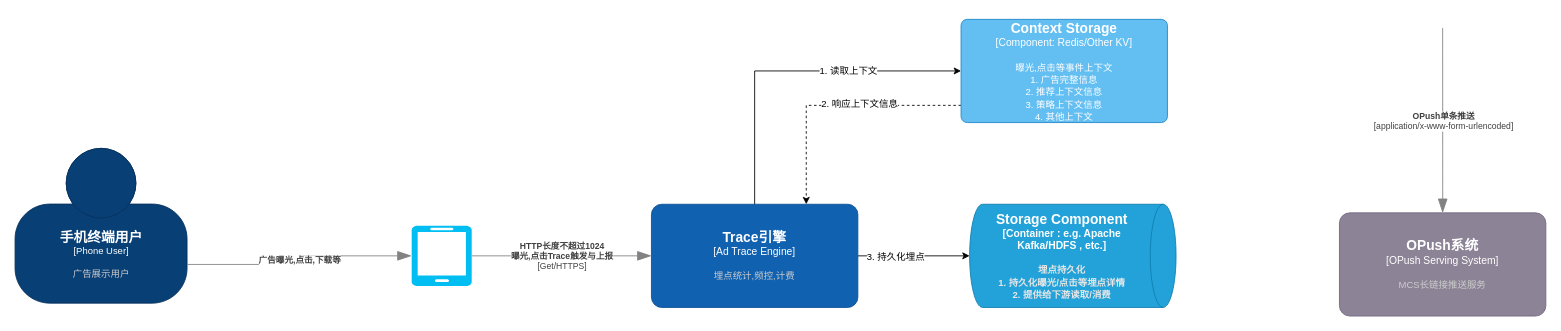
The draw.io diagram page "Context" (1 of 8) of universal-engine/universal-data-join.drawio in karlchan-cn/drawio-repository, before the edit. Source tidied: cells renumbered, new cells numbered last; positions are measured from the earlier drawing's top-left corner, leaving out a move shared by most shapes. Both pictures are drawn from the tidied source at 86%, with x=0, y=0 at pixel (15, 19).
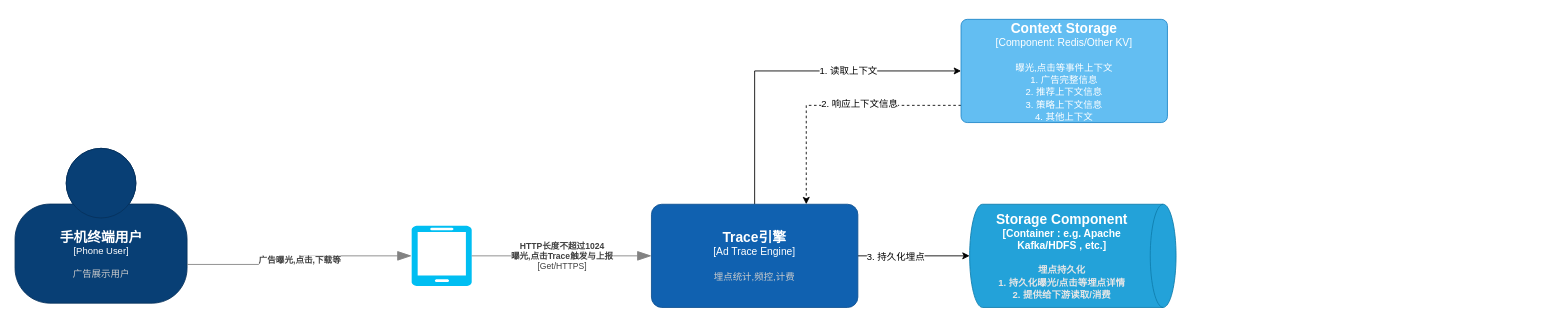
After the change.

The edit, as a diff of the source:
```diff
@@
-    <object id="3" label="&lt;font style=&quot;font-size: 16px&quot;&gt;&lt;b&gt;%c4Name%&lt;/b&gt;&lt;/font&gt;&lt;div&gt;[%c4Type%]&lt;/div&gt;&lt;br&gt;&lt;div&gt;&lt;font style=&quot;font-size: 11px&quot;&gt;&lt;font color=&quot;#cccccc&quot;&gt;%c4Description%&lt;/font&gt;&lt;/div&gt;" c4Description="MCS长链接推送服务" c4Name="OPush系统" c4Type="OPush Serving System" placeholders="1">
-      <mxCell style="rounded=1;whiteSpace=wrap;html=1;labelBackgroundColor=none;fillColor=#8C8496;fontColor=#ffffff;align=center;arcSize=10;strokeColor=#736782;points=[[0.25,0,0],[0.5,0,0],[0.75,0,0],[1,0.25,0],[1,0.5,0],[1,0.75,0],[0.75,1,0],[0.5,1,0],[0.25,1,0],[0,0.75,0],[0,0.5,0],[0,0.25,0]];" parent="1" vertex="1">
-        <mxGeometry x="1540" y="225" width="240" height="120" as="geometry" />
-      </mxCell>
-    </object>
@@
-    <object id="6" label="&lt;div style=&quot;text-align: left&quot;&gt;&lt;div style=&quot;text-align: center&quot;&gt;&lt;b&gt;%c4Description%&lt;/b&gt;&lt;/div&gt;&lt;div style=&quot;text-align: center&quot;&gt;[%c4Technology%]&lt;/div&gt;&lt;/div&gt;" c4Description="OPush单条推送" c4Technology="application/x-www-form-urlencoded" placeholders="1">
-      <mxCell style="endArrow=blockThin;html=1;fontSize=10;fontColor=#404040;strokeWidth=1;endFill=1;strokeColor=#828282;elbow=vertical;endSize=14;startSize=14;jumpStyle=arc;jumpSize=16;rounded=0;edgeStyle=orthogonalEdgeStyle;entryX=0.5;entryY=0;entryDx=0;entryDy=0;entryPerimeter=0;exitX=0.5;exitY=1;exitDx=0;exitDy=0;exitPerimeter=0;" parent="1" edge="1" target="3">
-        <mxGeometry relative="1" as="geometry">
-          <mxPoint x="1660" y="10" as="sourcePoint" />
-        </mxGeometry>
-      </mxCell>
-    </object>
```
